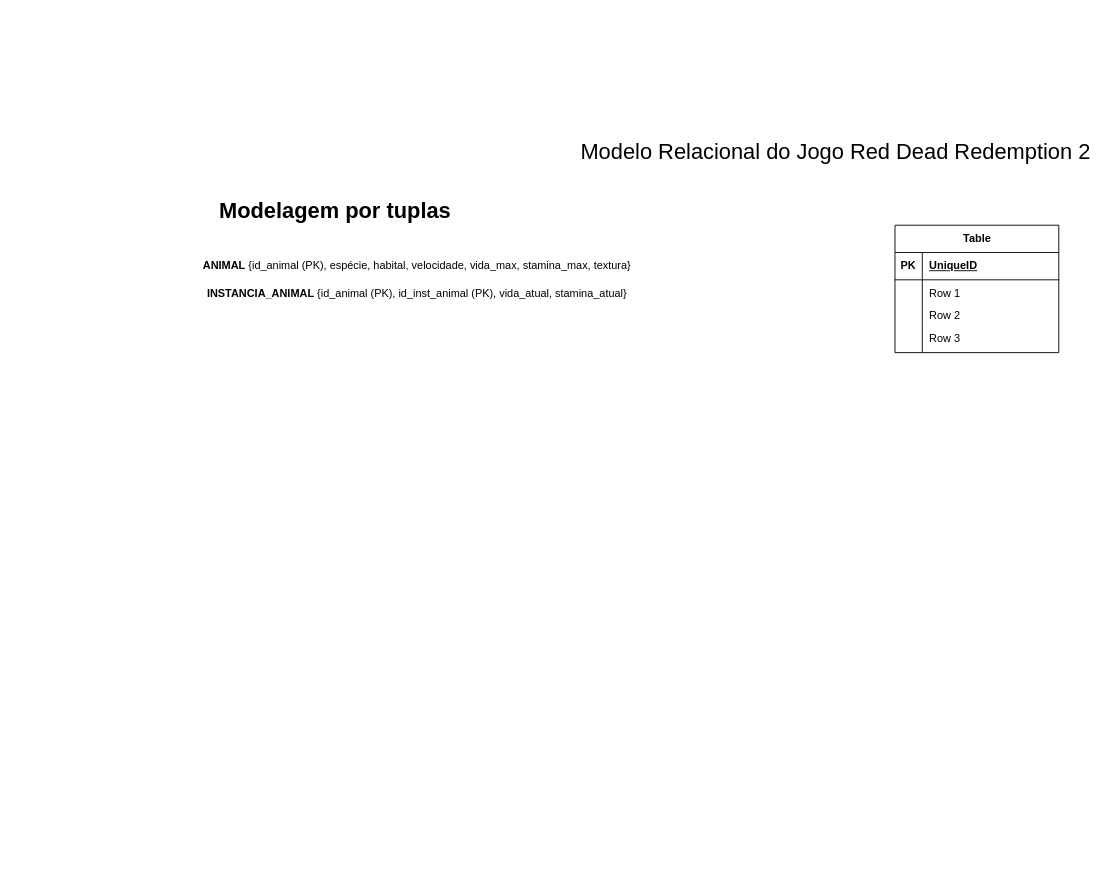
SBD1/2024.1-Red_Dead_Redemption2 keeps this draw.io diagram as entregas/entrega1/MREL/MREL.drawio. Above is the earlier version. Source tidied: cells renumbered, new cells numbered last; positions are measured from the earlier drawing's top-left corner, leaving out a move shared by most shapes. Both pictures are drawn from the tidied source at 91%, with x=0, y=0 at pixel (194, 134).
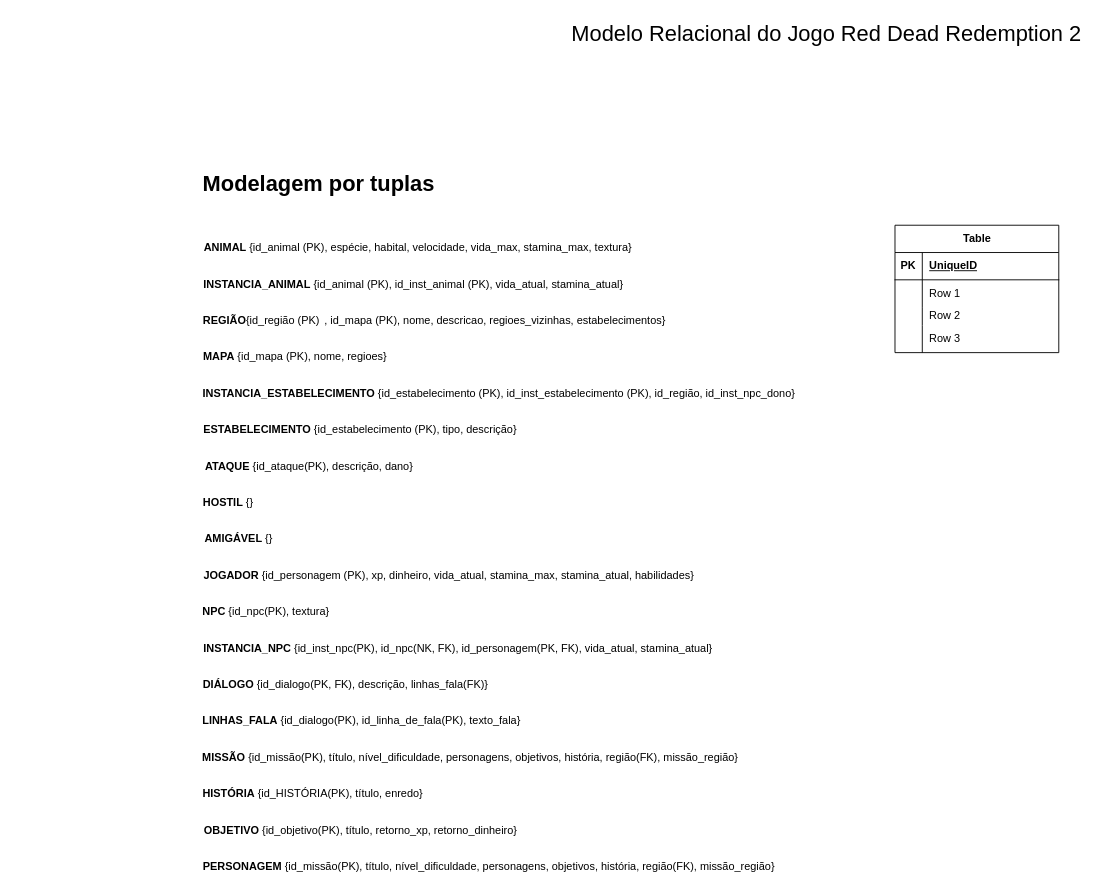
The same page after the edit.

Commit message:
Adiciona novas tuplas no MREL.drawio

The edit, as a diff of the source:
```diff
@@
     <mxCell id="15" value="&lt;font style=&quot;font-size: 24px;&quot;&gt;Modelo Relacional do Jogo Red Dead Redemption 2&lt;/font&gt;" style="text;html=1;align=center;verticalAlign=middle;whiteSpace=wrap;rounded=0;" parent="1" vertex="1">
-      <mxGeometry x="420" width="570" height="40" as="geometry" />
+      <mxGeometry x="410" y="-130" width="570" height="40" as="geometry" />
     </mxCell>
     <mxCell id="16" value="&lt;b&gt;ANIMAL&amp;nbsp;&lt;/b&gt;{id_animal (PK), espécie, habital, velocidade, vida_max, stamina_max, textura}" style="text;html=1;align=center;verticalAlign=middle;whiteSpace=wrap;rounded=0;" parent="1" vertex="1">
-      <mxGeometry y="130" width="490" height="30" as="geometry" />
+      <mxGeometry x="6" y="110" width="480" height="30" as="geometry" />
     </mxCell>
     <mxCell id="17" value="&lt;font style=&quot;font-size: 24px;&quot;&gt;&lt;b&gt;Modelagem por tuplas&lt;/b&gt;&lt;/font&gt;" style="text;html=1;align=center;verticalAlign=middle;whiteSpace=wrap;rounded=0;" parent="1" vertex="1">
-      <mxGeometry x="10" y="70" width="290" height="30" as="geometry" />
+      <mxGeometry x="-8" y="40" width="290" height="30" as="geometry" />
     </mxCell>
-    <mxCell id="18" value="&lt;b&gt;INSTANCIA_ANIMAL&amp;nbsp;&lt;/b&gt;{id_animal (PK), id_inst_animal (PK), vida_atual, stamina_atual}" style="text;html=1;align=center;verticalAlign=middle;whiteSpace=wrap;rounded=0;" parent="1" vertex="1">
-      <mxGeometry y="160" width="490" height="30" as="geometry" />
+    <mxCell id="18" value="&lt;b&gt;INSTANCIA_ANIMAL&lt;/b&gt;&amp;nbsp;{id_animal (PK), id_inst_animal (PK), vida_atual, stamina_atual}" style="text;align=center;verticalAlign=middle;whiteSpace=wrap;rounded=0;html=1;" parent="1" vertex="1">
+      <mxGeometry x="6" y="150" width="470" height="30" as="geometry" />
     </mxCell>
+    <mxCell id="19" value="&lt;b&gt;REGIÃO&lt;/b&gt;{id_região (PK)&lt;span style=&quot;white-space: pre;&quot;&gt;&#9;&lt;/span&gt;, id_mapa (PK), nome, descricao, regioes_vizinhas, estabelecimentos}" style="text;align=center;verticalAlign=middle;whiteSpace=wrap;rounded=0;html=1;" parent="1" vertex="1">
+      <mxGeometry x="4" y="190" width="520" height="30" as="geometry" />
+    </mxCell>
+    <mxCell id="20" value="&lt;b&gt;MAPA&amp;nbsp;&lt;/b&gt;{id_mapa (PK), nome, regioes}" style="text;align=center;verticalAlign=middle;whiteSpace=wrap;rounded=0;html=1;" parent="1" vertex="1">
+      <mxGeometry x="6" y="230" width="210" height="30" as="geometry" />
+    </mxCell>
+    <mxCell id="21" value="&lt;b&gt;INSTANCIA_ESTABELECIMENTO&lt;/b&gt;&amp;nbsp;{id_estabelecimento (PK), id_inst_estabelecimento (PK), id_região, id_inst_npc_dono}" style="text;align=center;verticalAlign=middle;whiteSpace=wrap;rounded=0;html=1;" parent="1" vertex="1">
+      <mxGeometry x="8" y="270" width="654" height="30" as="geometry" />
+    </mxCell>
+    <mxCell id="22" value="&lt;b&gt;ESTABELECIMENTO&lt;/b&gt;&amp;nbsp;{id_estabelecimento (PK), tipo, descrição}" style="text;align=center;verticalAlign=middle;whiteSpace=wrap;rounded=0;html=1;" parent="1" vertex="1">
+      <mxGeometry x="7" y="310" width="351" height="30" as="geometry" />
+    </mxCell>
+    <mxCell id="23" value="&lt;b&gt;ATAQUE&lt;/b&gt;&amp;nbsp;{id_ataque(PK), descrição, dano}" style="text;align=center;verticalAlign=middle;whiteSpace=wrap;rounded=0;html=1;" parent="1" vertex="1">
+      <mxGeometry x="6" y="350" width="241" height="30" as="geometry" />
+    </mxCell>
+    <mxCell id="24" value="&lt;b&gt;HOSTIL&lt;/b&gt; {}" style="text;align=center;verticalAlign=middle;whiteSpace=wrap;rounded=0;html=1;" parent="1" vertex="1">
+      <mxGeometry x="-83" y="390" width="241" height="30" as="geometry" />
+    </mxCell>
+    <mxCell id="25" value="&lt;b&gt;AMIGÁVEL&lt;/b&gt;&amp;nbsp;{}" style="text;align=center;verticalAlign=middle;whiteSpace=wrap;rounded=0;html=1;" parent="1" vertex="1">
+      <mxGeometry x="-82" y="430" width="262" height="30" as="geometry" />
+    </mxCell>
+    <mxCell id="26" value="&lt;b&gt;JOGADOR&lt;/b&gt;&amp;nbsp;{id_personagem (PK), xp, dinheiro, vida_atual, stamina_max, stamina_atual, habilidades}" style="text;align=center;verticalAlign=middle;whiteSpace=wrap;rounded=0;html=1;" parent="1" vertex="1">
+      <mxGeometry x="5" y="470" width="550" height="30" as="geometry" />
+    </mxCell>
+    <mxCell id="27" value="&lt;b&gt;NPC&lt;/b&gt; {id_npc(PK), textura}" style="text;align=center;verticalAlign=middle;whiteSpace=wrap;rounded=0;html=1;" parent="1" vertex="1">
+      <mxGeometry x="-196" y="510" width="550" height="30" as="geometry" />
+    </mxCell>
+    <mxCell id="28" value="&lt;b&gt;INSTANCIA_NPC&lt;/b&gt; {id_inst_npc(PK), id_npc(NK, FK), id_personagem(PK, FK), vida_atual, stamina_atual}" style="text;align=center;verticalAlign=middle;whiteSpace=wrap;rounded=0;html=1;" parent="1" vertex="1">
+      <mxGeometry x="5" y="550" width="570" height="30" as="geometry" />
+    </mxCell>
+    <mxCell id="29" value="&lt;b&gt;DIÁLOGO&lt;/b&gt;&amp;nbsp;{id_dialogo(PK, FK), descrição, linhas_fala(FK)}" style="text;align=center;verticalAlign=middle;whiteSpace=wrap;rounded=0;html=1;" parent="1" vertex="1">
+      <mxGeometry x="4" y="590" width="325" height="30" as="geometry" />
+    </mxCell>
+    <mxCell id="30" value="&lt;b&gt;LINHAS_FALA&lt;/b&gt;&amp;nbsp;{id_dialogo(PK), id_linha_de_fala(PK), texto_fala}" style="text;align=center;verticalAlign=middle;whiteSpace=wrap;rounded=0;html=1;" parent="1" vertex="1">
+      <mxGeometry x="8" y="630" width="352" height="30" as="geometry" />
+    </mxCell>
+    <mxCell id="31" value="&lt;b&gt;MISSÃO&lt;/b&gt;&amp;nbsp;{id_missão(PK), título, nível_dificuldade, personagens, objetivos, história, região(FK), missão_região}" style="text;align=center;verticalAlign=middle;whiteSpace=wrap;rounded=0;html=1;" parent="1" vertex="1">
+      <mxGeometry x="7" y="670" width="593" height="30" as="geometry" />
+    </mxCell>
+    <mxCell id="32" value="&lt;div style=&quot;text-align: center;&quot;&gt;&lt;span style=&quot;background-color: initial; text-align: start;&quot;&gt;&lt;b&gt;HISTÓRIA&lt;/b&gt;&lt;/span&gt;&lt;span style=&quot;background-color: initial;&quot;&gt;&amp;nbsp;{id_HISTÓRIA(PK), título, enredo}&lt;/span&gt;&lt;/div&gt;" style="text;align=center;verticalAlign=middle;whiteSpace=wrap;rounded=0;html=1;" parent="1" vertex="1">
+      <mxGeometry x="4" y="710" width="253" height="30" as="geometry" />
+    </mxCell>
+    <mxCell id="33" value="&lt;div style=&quot;text-align: center;&quot;&gt;&lt;span style=&quot;background-color: initial; text-align: start;&quot;&gt;&lt;b&gt;OBJETIVO&lt;/b&gt;&lt;/span&gt;&lt;span style=&quot;background-color: initial;&quot;&gt;&amp;nbsp;{id_objetivo(PK), título, retorno_xp, retorno_dinheiro}&lt;/span&gt;&lt;/div&gt;" style="text;align=center;verticalAlign=middle;whiteSpace=wrap;rounded=0;html=1;" parent="1" vertex="1">
+      <mxGeometry x="7" y="750" width="352" height="30" as="geometry" />
+    </mxCell>
+    <mxCell id="34" value="&lt;div style=&quot;text-align: center;&quot;&gt;&lt;span style=&quot;background-color: initial; text-align: start;&quot;&gt;&lt;b&gt;PERSONAGEM&lt;/b&gt;&lt;/span&gt;&lt;span style=&quot;background-color: initial;&quot;&gt;&amp;nbsp;{id_missão(PK), título, nível_dificuldade, personagens, objetivos, história, região(FK), missão_região}&lt;/span&gt;&lt;/div&gt;" style="text;align=center;verticalAlign=middle;whiteSpace=wrap;rounded=0;html=1;" parent="1" vertex="1">
+      <mxGeometry x="8" y="790" width="632" height="30" as="geometry" />
+    </mxCell>
```
